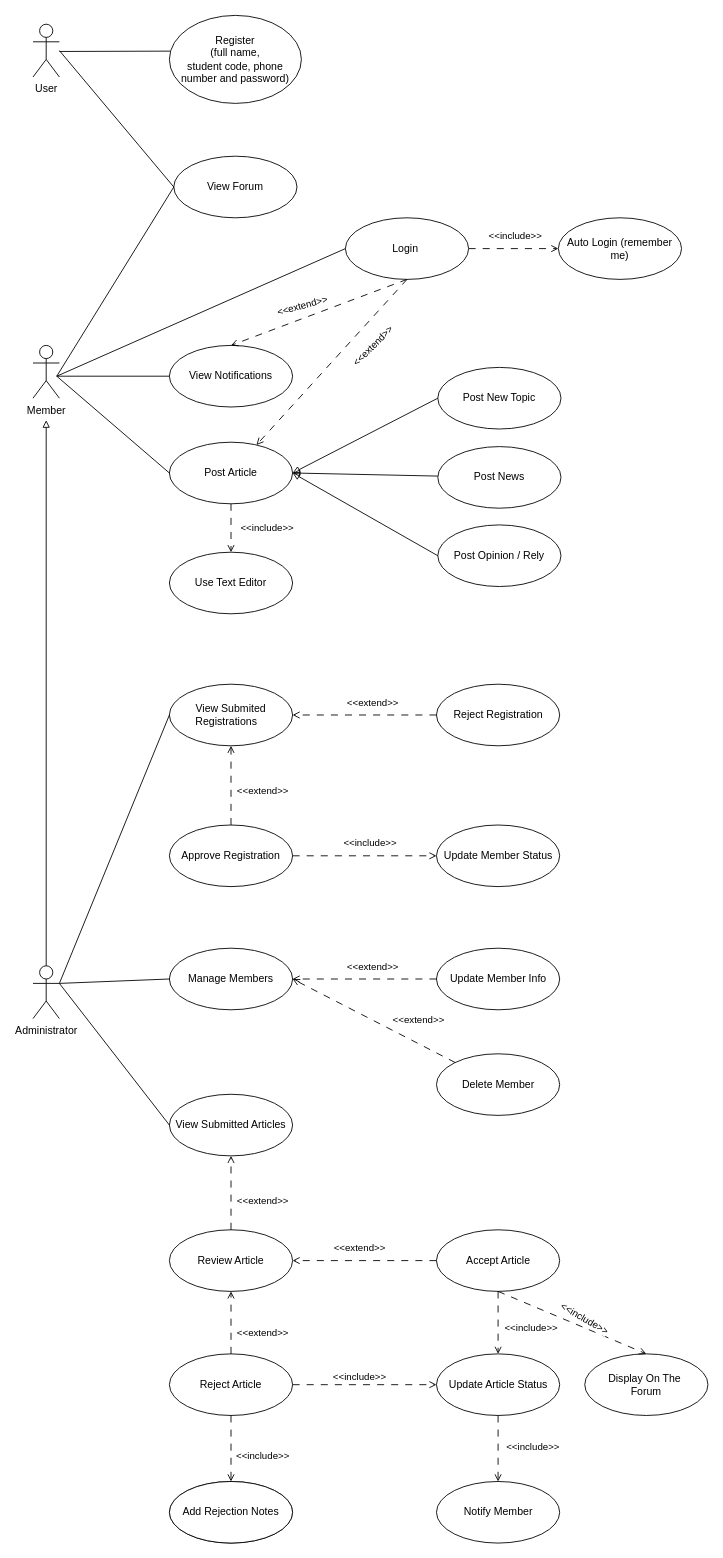
zombieTDV/Software-Engineer-Team1-Repo keeps this draw.io diagram as Lab1_UseCase_diagram.drawio. Above is the earlier version. Source tidied: cells renumbered, new cells numbered last; positions are measured from the earlier drawing's top-left corner, leaving out a move shared by most shapes. Both pictures are drawn from the tidied source at 88%, with x=0, y=0 at pixel (33, 15).
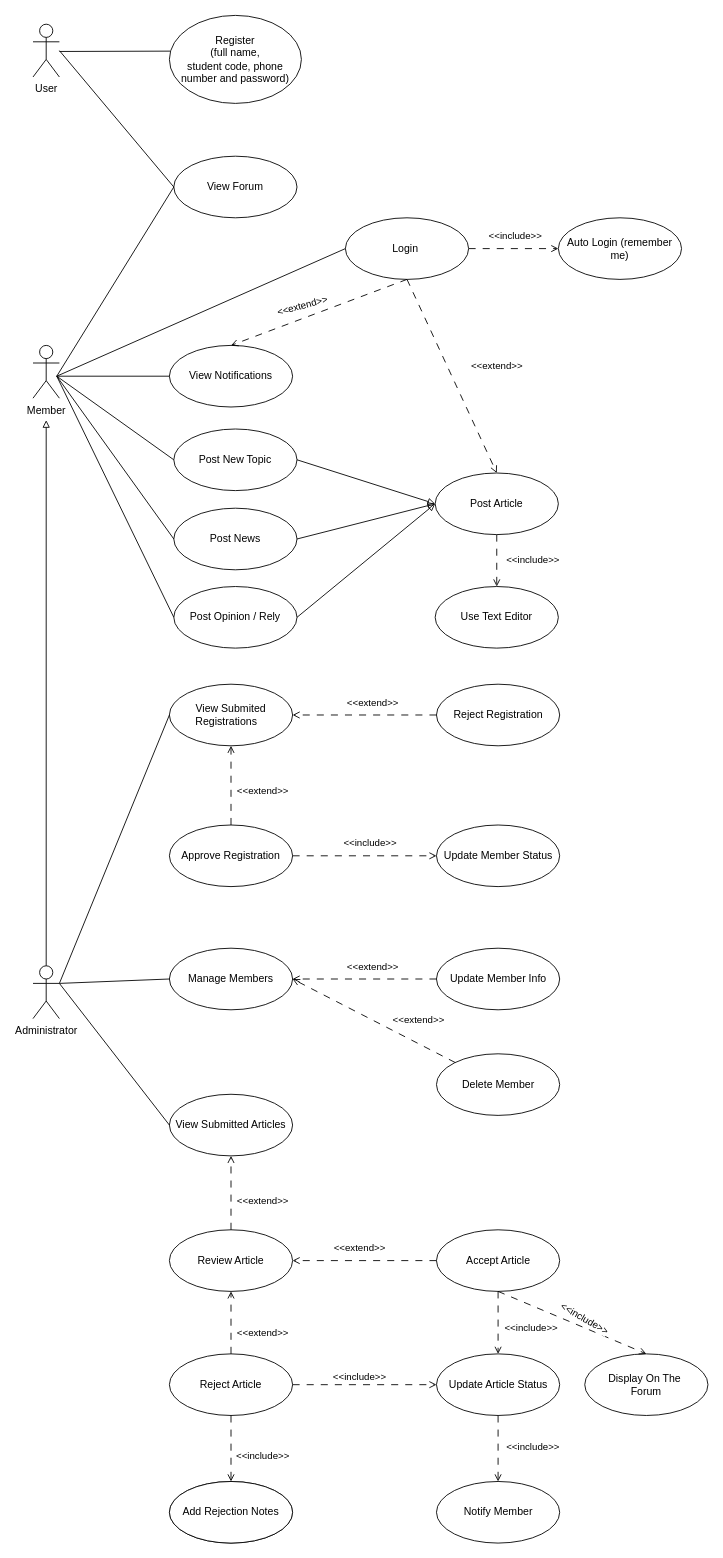
After the change.

The change refers to these unchanged cells:
```xml
<mxCell id="11" value="Login&amp;nbsp;" style="ellipse;whiteSpace=wrap;html=1;" parent="1" vertex="1">
  <mxGeometry x="355" y="230" width="140" height="70" as="geometry" />
</mxCell>
```

The edit, as a diff of the source:
```diff
@@
     <mxCell id="7" value="Post Article" style="ellipse;whiteSpace=wrap;html=1;" parent="1" vertex="1">
-      <mxGeometry x="155" y="485" width="140" height="70" as="geometry" />
+      <mxGeometry x="457" y="520" width="140" height="70" as="geometry" />
     </mxCell>
-    <mxCell id="8" style="rounded=0;jettySize=auto;html=1;endArrow=open;endFill=0;dashed=1;dashPattern=8 8;exitX=0.5;exitY=1;exitDx=0;exitDy=0;" parent="1" edge="1" source="11" target="7">
+    <mxCell id="8" style="rounded=0;jettySize=auto;html=1;endArrow=open;endFill=0;dashed=1;dashPattern=8 8;exitX=0.5;exitY=1;exitDx=0;exitDy=0;entryX=0.5;entryY=0;entryDx=0;entryDy=0;" parent="1" edge="1" source="11" target="7">
       <mxGeometry relative="1" as="geometry" />
     </mxCell>
-    <mxCell id="9" value="&amp;lt;&amp;lt;extend&amp;gt;&amp;gt;" style="edgeLabel;html=1;align=center;verticalAlign=middle;rotation=-45;" parent="8" vertex="1">
+    <mxCell id="9" value="&amp;lt;&amp;lt;extend&amp;gt;&amp;gt;" style="edgeLabel;html=1;align=center;verticalAlign=middle;rotation=0;" parent="8" vertex="1">
       <mxGeometry x="-0.36" y="1" relative="1" as="geometry">
-        <mxPoint x="14" y="15" as="offset" />
+        <mxPoint x="68" y="27" as="offset" />
       </mxGeometry>
     </mxCell>
@@
     <mxCell id="12" value="Use Text Editor" style="ellipse;whiteSpace=wrap;html=1;" parent="1" vertex="1">
-      <mxGeometry x="155" y="610" width="140" height="70" as="geometry" />
+      <mxGeometry x="457" y="649" width="140" height="70" as="geometry" />
     </mxCell>
@@
     <mxCell id="21" value="Post New Topic" style="ellipse;whiteSpace=wrap;html=1;" parent="1" vertex="1">
-      <mxGeometry x="460" y="400" width="140" height="70" as="geometry" />
+      <mxGeometry x="160" y="470" width="140" height="70" as="geometry" />
     </mxCell>
     <mxCell id="22" value="Post News" style="ellipse;whiteSpace=wrap;html=1;" parent="1" vertex="1">
-      <mxGeometry x="460" y="490" width="140" height="70" as="geometry" />
+      <mxGeometry x="160" y="560" width="140" height="70" as="geometry" />
     </mxCell>
     <mxCell id="23" value="Post Opinion / Rely" style="ellipse;whiteSpace=wrap;html=1;" parent="1" vertex="1">
-      <mxGeometry x="460" y="579" width="140" height="70" as="geometry" />
+      <mxGeometry x="160" y="649" width="140" height="70" as="geometry" />
     </mxCell>
@@
-    <mxCell id="68" style="endArrow=block;html=1;rounded=0;endFill=0;entryX=1;entryY=0.5;entryDx=0;entryDy=0;exitX=0;exitY=0.5;exitDx=0;exitDy=0;" parent="1" edge="1" source="21" target="7">
+    <mxCell id="68" style="endArrow=block;html=1;rounded=0;endFill=0;entryX=0;entryY=0.5;entryDx=0;entryDy=0;exitX=1;exitY=0.5;exitDx=0;exitDy=0;" parent="1" edge="1" source="21" target="7">
       <mxGeometry relative="1" as="geometry" />
     </mxCell>
-    <mxCell id="69" style="endArrow=block;html=1;rounded=0;endFill=0;entryX=1;entryY=0.5;entryDx=0;entryDy=0;" parent="1" edge="1" source="22" target="7">
+    <mxCell id="69" style="endArrow=block;html=1;rounded=0;endFill=0;entryX=0;entryY=0.5;entryDx=0;entryDy=0;exitX=1;exitY=0.5;exitDx=0;exitDy=0;" parent="1" edge="1" source="22" target="7">
       <mxGeometry relative="1" as="geometry" />
     </mxCell>
-    <mxCell id="70" style="endArrow=block;html=1;rounded=0;endFill=0;entryX=1;entryY=0.5;entryDx=0;entryDy=0;exitX=0;exitY=0.5;exitDx=0;exitDy=0;" parent="1" edge="1" source="23" target="7">
+    <mxCell id="70" style="endArrow=block;html=1;rounded=0;endFill=0;entryX=0;entryY=0.5;entryDx=0;entryDy=0;exitX=1;exitY=0.5;exitDx=0;exitDy=0;" parent="1" edge="1" source="23" target="7">
       <mxGeometry relative="1" as="geometry" />
     </mxCell>
-    <mxCell id="71" style="endArrow=none;html=1;rounded=0;entryX=0;entryY=0.5;entryDx=0;entryDy=0;" parent="1" edge="1" target="7">
-      <mxGeometry relative="1" as="geometry">
-        <mxPoint x="27" y="410" as="sourcePoint" />
-      </mxGeometry>
-    </mxCell>
@@
+    <mxCell id="78" style="endArrow=none;html=1;rounded=0;entryX=0;entryY=0.5;entryDx=0;entryDy=0;" parent="1" edge="1" target="21">
+      <mxGeometry relative="1" as="geometry">
+        <mxPoint x="27" y="410" as="sourcePoint" />
+      </mxGeometry>
+    </mxCell>
+    <mxCell id="79" style="endArrow=none;html=1;rounded=0;entryX=0;entryY=0.5;entryDx=0;entryDy=0;" parent="1" edge="1" target="22">
+      <mxGeometry relative="1" as="geometry">
+        <mxPoint x="27" y="410" as="sourcePoint" />
+      </mxGeometry>
+    </mxCell>
+    <mxCell id="80" style="endArrow=none;html=1;rounded=0;entryX=0;entryY=0.5;entryDx=0;entryDy=0;" parent="1" edge="1" target="23">
+      <mxGeometry relative="1" as="geometry">
+        <mxPoint x="27" y="410" as="sourcePoint" />
+      </mxGeometry>
+    </mxCell>
```
